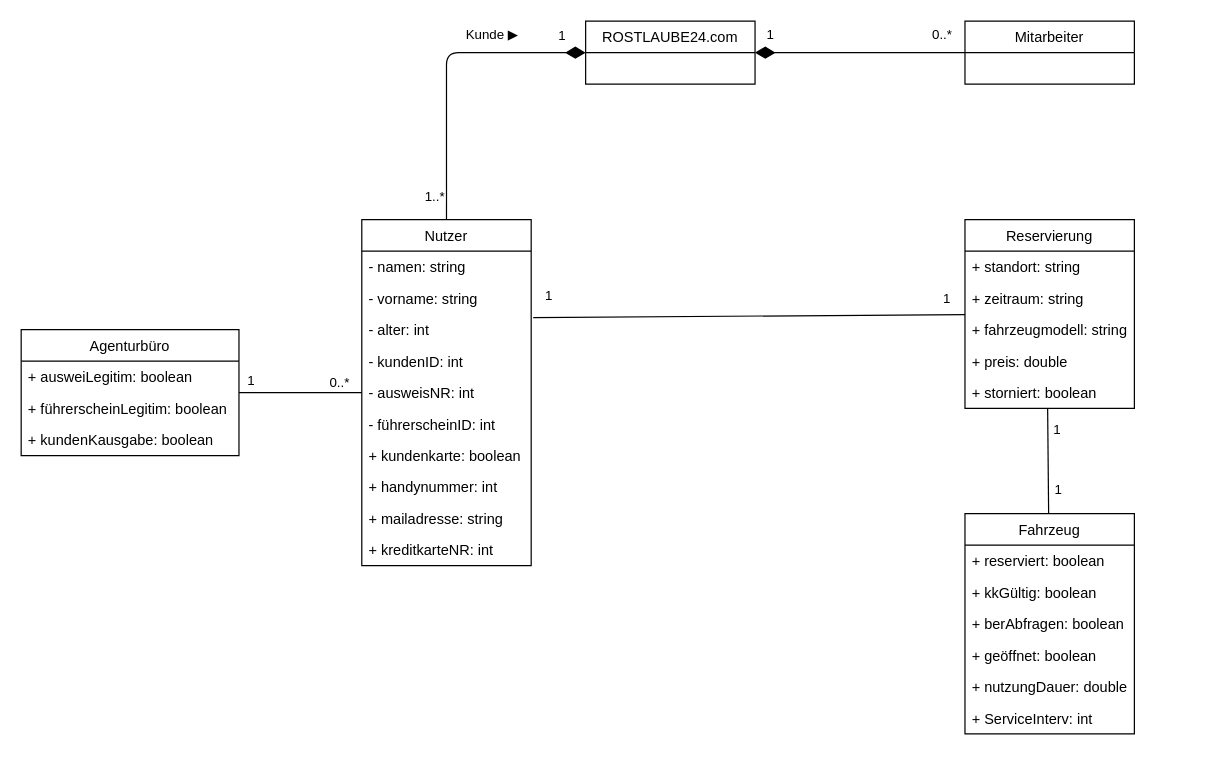
Before: Mini-Praktikum/d-UML-Klassendiagramm-Praktikum.drawio in TheBlackDragon4/SWE-HS-Co-Se5, a draw.io diagram. Source tidied: cells renumbered, new cells numbered last; positions are measured from the earlier drawing's top-left corner, leaving out a move shared by most shapes. Both pictures are drawn from the tidied source at 121%, with x=0, y=0 at pixel (21, 21).
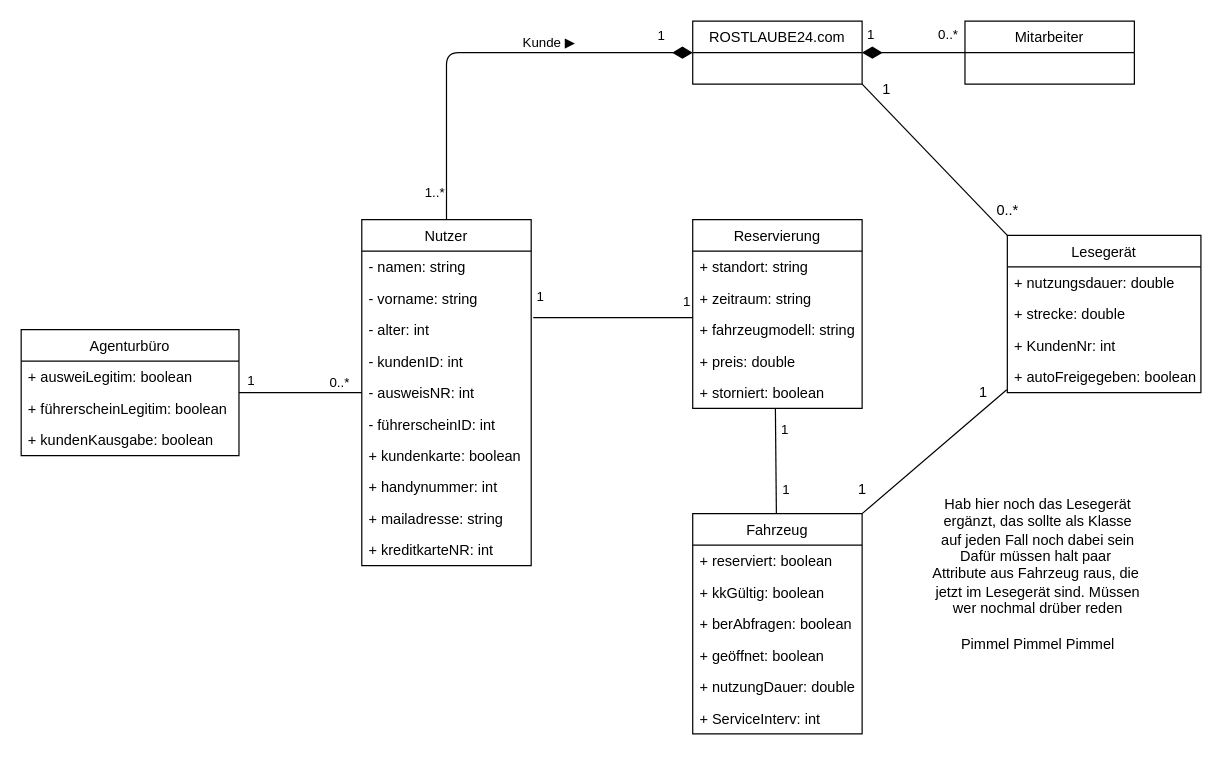
The same diagram, later.

The change refers to these unchanged cells:
```xml
<mxCell id="20" value="- alter: int" style="text;strokeColor=none;fillColor=none;align=left;verticalAlign=top;spacingLeft=4;spacingRight=4;overflow=hidden;points=[[0,0.5],[1,0.5]];portConstraint=eastwest;" parent="17" vertex="1">
  <mxGeometry y="78" width="140" height="26" as="geometry" />
</mxCell>
<mxCell id="35" value="1..*" style="endArrow=none;html=1;endSize=12;startArrow=diamondThin;startSize=14;startFill=1;edgeStyle=orthogonalEdgeStyle;align=left;verticalAlign=bottom;entryX=0.5;entryY=0;entryDx=0;entryDy=0;endFill=0;" parent="1" edge="1" source="34" target="17">
  <mxGeometry x="0.92" y="-20" relative="1" as="geometry" />
</mxCell>
```

Diff of the diagram source:
```diff
@@
+    <mxCell id="47" style="edgeStyle=none;html=1;exitX=1;exitY=0;exitDx=0;exitDy=0;entryX=-0.003;entryY=0.909;entryDx=0;entryDy=0;entryPerimeter=0;endArrow=none;endFill=0;" parent="1" edge="1" source="2" target="53">
+      <mxGeometry relative="1" as="geometry" />
+    </mxCell>
     <mxCell id="2" value="Fahrzeug" style="swimlane;fontStyle=0;horizontal=1;startSize=26;fillColor=none;" parent="1" vertex="1">
-      <mxGeometry x="780" y="407" width="140" height="182" as="geometry" />
+      <mxGeometry x="555" y="407" width="140" height="182" as="geometry" />
     </mxCell>
@@
     <mxCell id="28" value="Reservierung" style="swimlane;fontStyle=0;horizontal=1;startSize=26;fillColor=none;" parent="1" vertex="1">
-      <mxGeometry x="780" y="164" width="140" height="156" as="geometry" />
+      <mxGeometry x="555" y="164" width="140" height="156" as="geometry" />
     </mxCell>
@@
     <mxCell id="34" value="ROSTLAUBE24.com" style="swimlane;fontStyle=0;horizontal=1;startSize=26;fillColor=none;" parent="1" vertex="1">
-      <mxGeometry x="466.5" width="140" height="52" as="geometry" />
+      <mxGeometry x="555" width="140" height="52" as="geometry" />
     </mxCell>
@@
     <mxCell id="36" value="Kunde ▶" style="edgeLabel;html=1;align=center;verticalAlign=middle;" parent="35" vertex="1">
       <mxGeometry x="0.07" y="-1" relative="1" as="geometry">
-        <mxPoint x="38" y="-36" as="offset" />
+        <mxPoint x="63" y="-8" as="offset" />
       </mxGeometry>
     </mxCell>
@@
-    <mxCell id="41" style="endArrow=none;startArrow=none;endFill=0;startFill=0;endSize=12;html=1;verticalAlign=bottom;labelBackgroundColor=none;strokeWidth=1;startSize=14;exitX=1.012;exitY=0.116;exitDx=0;exitDy=0;exitPerimeter=0;" parent="1" edge="1" source="20" target="28">
-      <mxGeometry relative="1" as="geometry" />
+    <mxCell id="41" style="endArrow=none;startArrow=none;endFill=0;startFill=0;endSize=12;html=1;verticalAlign=bottom;labelBackgroundColor=none;strokeWidth=1;startSize=14;exitX=1.012;exitY=0.116;exitDx=0;exitDy=0;exitPerimeter=0;" parent="1" edge="1" source="20">
+      <mxGeometry relative="1" as="geometry">
+        <mxPoint x="555" y="245" as="targetPoint" />
+      </mxGeometry>
     </mxCell>
@@
+    <mxCell id="48" style="edgeStyle=none;html=1;exitX=0;exitY=0;exitDx=0;exitDy=0;entryX=1;entryY=1;entryDx=0;entryDy=0;endArrow=none;endFill=0;" parent="1" edge="1" source="49" target="34">
+      <mxGeometry relative="1" as="geometry" />
+    </mxCell>
+    <mxCell id="49" value="Lesegerät" style="swimlane;fontStyle=0;horizontal=1;startSize=26;fillColor=none;" parent="1" vertex="1">
+      <mxGeometry x="815" y="177" width="160" height="130" as="geometry" />
+    </mxCell>
+    <mxCell id="50" value="+ nutzungsdauer: double" style="text;strokeColor=none;fillColor=none;align=left;verticalAlign=top;spacingLeft=4;spacingRight=4;overflow=hidden;" parent="49" vertex="1">
+      <mxGeometry y="26" width="160" height="26" as="geometry" />
+    </mxCell>
+    <mxCell id="51" value="+ strecke: double" style="text;strokeColor=none;fillColor=none;align=left;verticalAlign=top;spacingLeft=4;spacingRight=4;overflow=hidden;" parent="49" vertex="1">
+      <mxGeometry y="52" width="160" height="26" as="geometry" />
+    </mxCell>
+    <mxCell id="52" value="+ KundenNr: int" style="text;strokeColor=none;fillColor=none;align=left;verticalAlign=top;spacingLeft=4;spacingRight=4;overflow=hidden;" parent="49" vertex="1">
+      <mxGeometry y="78" width="160" height="26" as="geometry" />
+    </mxCell>
+    <mxCell id="53" value="+ autoFreigegeben: boolean" style="text;strokeColor=none;fillColor=none;align=left;verticalAlign=top;spacingLeft=4;spacingRight=4;overflow=hidden;points=[[0,0.5],[1,0.5]];portConstraint=eastwest;" parent="49" vertex="1">
+      <mxGeometry y="104" width="160" height="26" as="geometry" />
+    </mxCell>
+    <mxCell id="54" value="1" style="text;html=1;align=center;verticalAlign=middle;strokeColor=none;fillColor=none;" parent="1" vertex="1">
+      <mxGeometry x="705" y="47" width="20" height="20" as="geometry" />
+    </mxCell>
+    <mxCell id="55" value="0..*" style="text;html=1;align=center;verticalAlign=middle;strokeColor=none;fillColor=none;" parent="1" vertex="1">
+      <mxGeometry x="800" y="147" width="30" height="20" as="geometry" />
+    </mxCell>
+    <mxCell id="56" value="1" style="text;html=1;align=center;verticalAlign=middle;strokeColor=none;fillColor=none;" parent="1" vertex="1">
+      <mxGeometry x="685" y="377" width="20" height="20" as="geometry" />
+    </mxCell>
+    <mxCell id="57" value="1" style="text;html=1;align=center;verticalAlign=middle;strokeColor=none;fillColor=none;" parent="1" vertex="1">
+      <mxGeometry x="785" y="297" width="20" height="20" as="geometry" />
+    </mxCell>
+    <mxCell id="58" value="Hab hier noch das Lesegerät&lt;br&gt;ergänzt, das sollte als Klasse&lt;br&gt;auf jeden Fall noch dabei sein&lt;br&gt;Dafür müssen halt paar&amp;nbsp;&lt;br&gt;Attribute aus Fahrzeug raus, die&amp;nbsp;&lt;br&gt;jetzt im Lesegerät sind. Müssen&lt;br&gt;wer nochmal drüber reden&lt;br&gt;&lt;br&gt;Pimmel Pimmel Pimmel" style="text;html=1;align=center;verticalAlign=middle;strokeColor=none;fillColor=none;" parent="1" vertex="1">
+      <mxGeometry x="745" y="392" width="190" height="130" as="geometry" />
+    </mxCell>
```
